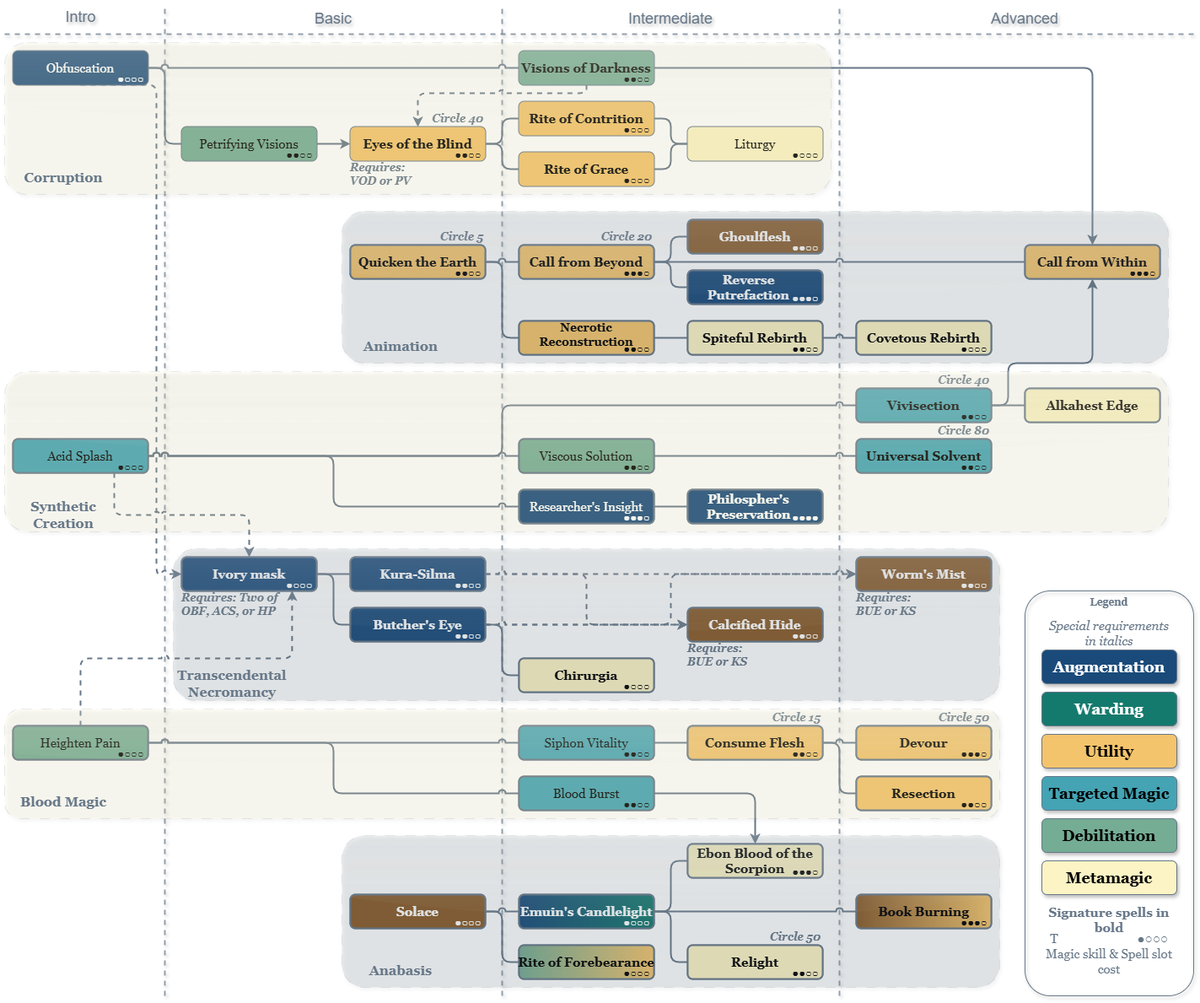
The draw.io diagram Necromancer/Necromancer_RC13.png in hat071af/dr-spell-trees, before a commit. Source tidied: cells renumbered, new cells last; positions are measured from the earlier drawing's top-left corner, leaving out a move shared by most shapes.
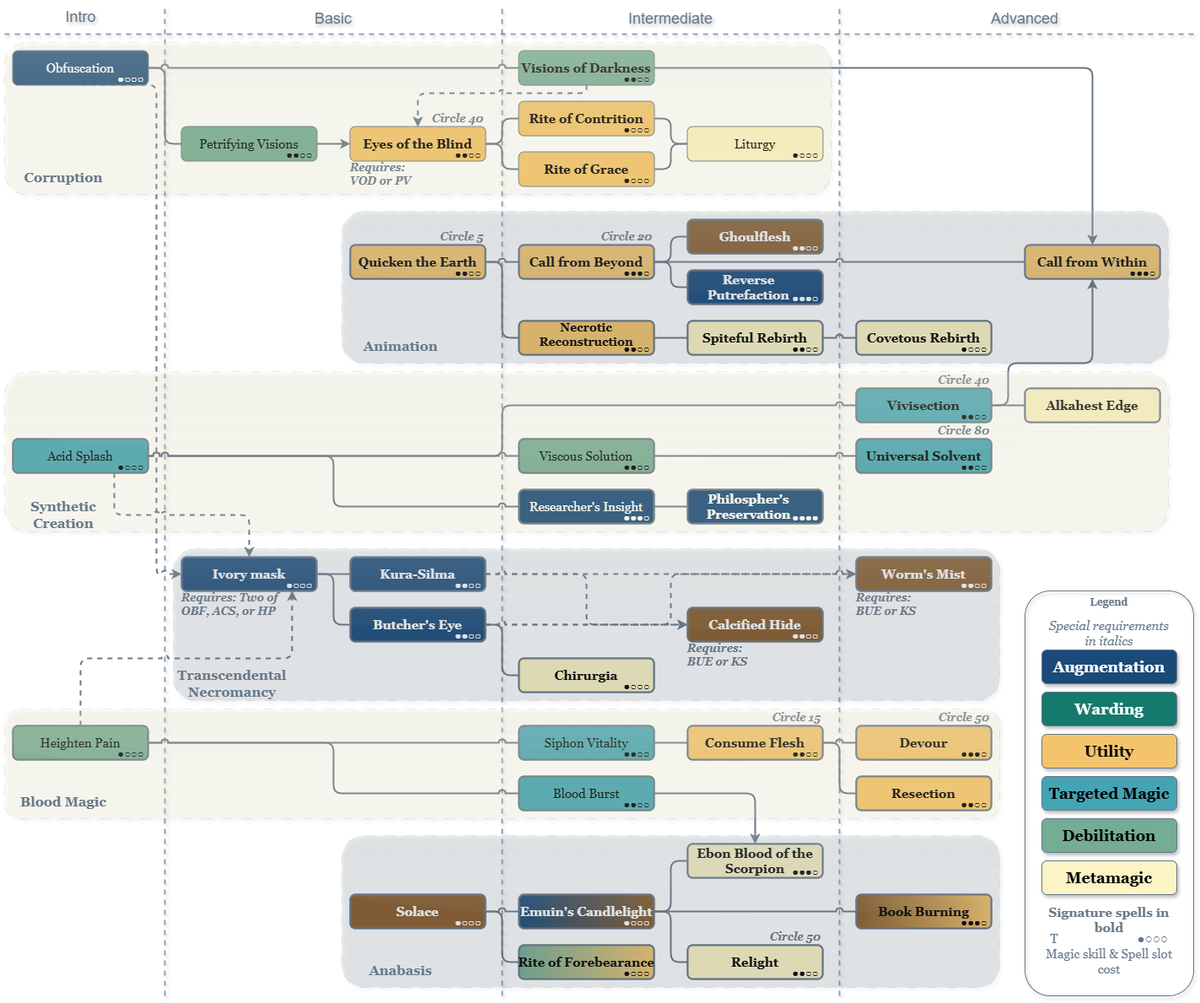
The same diagram one commit later.

Diff of the diagram source:
```diff
@@ -443,7 +443,7 @@
     <mxCell id="140" style="rounded=1;whiteSpace=wrap;strokeWidth=2;strokeColor=#667788;textShadow=1;labelBackgroundColor=none;fillColor=#FCF4C4;" parent="105" vertex="1">
       <mxGeometry x="810" y="1000" width="160" height="40" as="geometry" />
     </mxCell>
-    <mxCell id="141" style="rounded=1;whiteSpace=wrap;strokeWidth=2;strokeColor=#667788;textShadow=1;labelBackgroundColor=none;fillColor=#194A7A;gradientColor=#147A6D;gradientDirection=east;" parent="105" vertex="1">
+    <mxCell id="141" style="rounded=1;whiteSpace=wrap;strokeWidth=2;strokeColor=#667788;textShadow=1;labelBackgroundColor=none;fillColor=#194A7A;gradientColor=#895b29;gradientDirection=east;" parent="105" vertex="1">
       <mxGeometry x="610" y="1060" width="160" height="40" as="geometry" />
     </mxCell>
     <mxCell id="142" style="rounded=1;whiteSpace=wrap;strokeWidth=2;strokeColor=#667788;textShadow=1;labelBackgroundColor=none;fillColor=#895b29;" parent="105" vertex="1">
```
